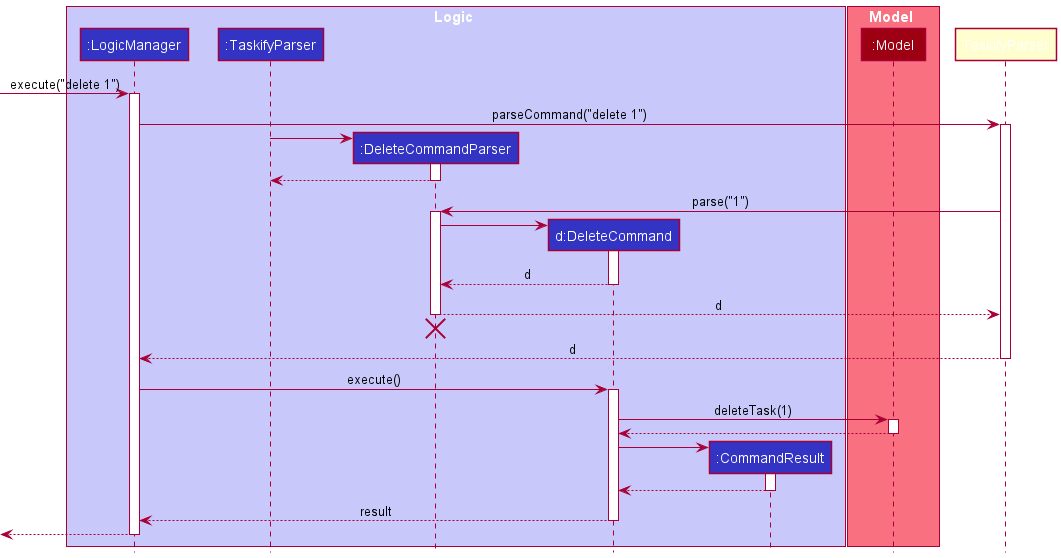
The PlantUML diagram docs/images/DeleteSequenceDiagram.png in nus-cs2103-AY2021S2/tp, before a commit.
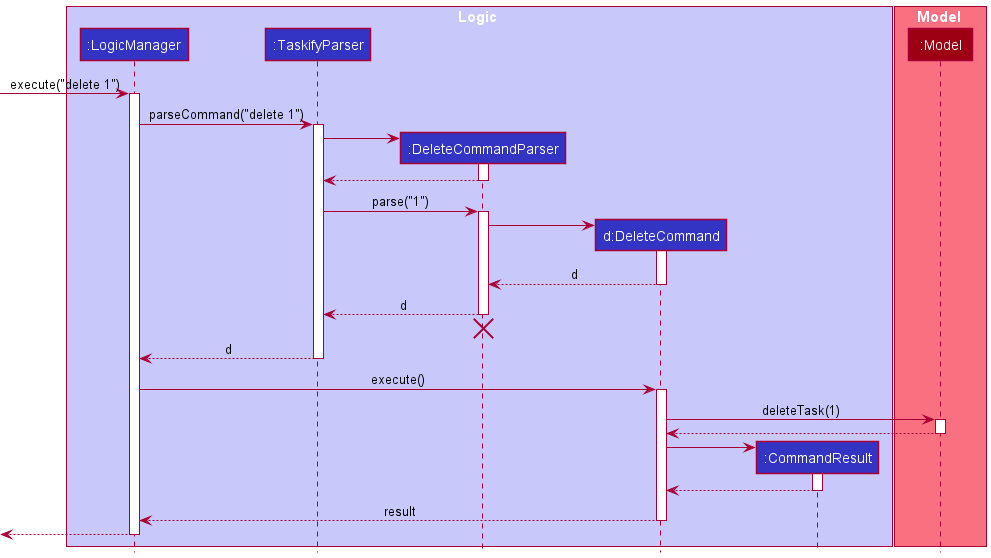
After the change.

Commit message:
Fix DeleteSequenceDiagram error

The edit, as a diff of the source:
```diff
@@ -3,7 +3,7 @@
 
 box Logic LOGIC_COLOR_T1
 participant ":LogicManager" as LogicManager LOGIC_COLOR
-participant ":TaskifyParser" as AddressBookParser LOGIC_COLOR
+participant ":TaskifyParser" as TaskifyParser LOGIC_COLOR
 participant ":DeleteCommandParser" as DeleteCommandParser LOGIC_COLOR
 participant "d:DeleteCommand" as DeleteCommand LOGIC_COLOR
 participant ":CommandResult" as CommandResult LOGIC_COLOR
@@ -20,10 +20,10 @@
 activate TaskifyParser
 
 create DeleteCommandParser
-AddressBookParser -> DeleteCommandParser
+TaskifyParser -> DeleteCommandParser
 activate DeleteCommandParser
 
-DeleteCommandParser --> AddressBookParser
+DeleteCommandParser --> TaskifyParser
 deactivate DeleteCommandParser
 
 TaskifyParser -> DeleteCommandParser : parse("1")
```
